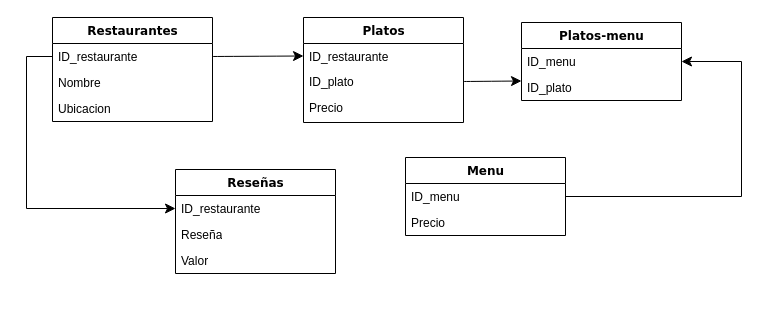
Above: Foodio.drawio in Mikemaranon/DrawIO-Diagrams (draw.io), before the change. Source tidied: cells renumbered, new cells numbered last; positions are measured from the earlier drawing's top-left corner, leaving out a move shared by most shapes. Both pictures are drawn from the tidied source at 100%, with x=0, y=0 at pixel (26, 17).
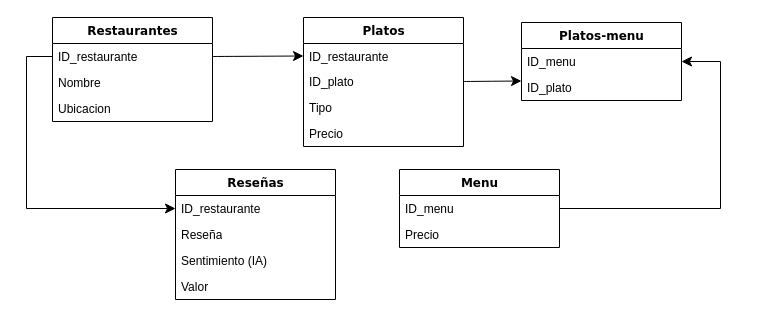
The same page after the edit.

Unchanged cells that the change refers to:
```xml
<mxCell id="16" value="ID_menu" style="text;html=1;strokeColor=none;fillColor=none;align=left;verticalAlign=top;spacingLeft=4;spacingRight=4;whiteSpace=wrap;overflow=hidden;points=[[0,0.5],[1,0.5]];portConstraint=eastwest;" parent="15" vertex="1">
  <mxGeometry y="26" width="160" height="26" as="geometry" />
</mxCell>
<mxCell id="19" value="ID_menu" style="text;html=1;strokeColor=none;fillColor=none;align=left;verticalAlign=top;spacingLeft=4;spacingRight=4;whiteSpace=wrap;overflow=hidden;points=[[0,0.5],[1,0.5]];portConstraint=eastwest;" parent="18" vertex="1">
  <mxGeometry y="26" width="160" height="26" as="geometry" />
</mxCell>
```

Change to the diagram source:
```diff
@@
     <mxCell id="6" value="Platos" style="swimlane;html=1;fontStyle=1;align=center;verticalAlign=top;horizontal=1;startSize=26;swimlaneFillColor=#ffffff;rounded=0;shadow=0;comic=0;labelBackgroundColor=none;strokeWidth=1;fillColor=none;fontFamily=Verdana;fontSize=12;" parent="1" vertex="1">
-      <mxGeometry x="277" width="160" height="105" as="geometry" />
+      <mxGeometry x="277" width="160" height="129" as="geometry" />
     </mxCell>
@@
+    <mxCell id="24" value="Tipo" style="text;html=1;strokeColor=none;fillColor=none;align=left;verticalAlign=top;spacingLeft=4;spacingRight=4;whiteSpace=wrap;overflow=hidden;" parent="6" vertex="1">
+      <mxGeometry y="77" width="160" height="26" as="geometry" />
+    </mxCell>
     <mxCell id="9" value="Precio" style="text;html=1;strokeColor=none;fillColor=none;align=left;verticalAlign=top;spacingLeft=4;spacingRight=4;whiteSpace=wrap;overflow=hidden;" parent="6" vertex="1">
-      <mxGeometry y="77" width="160" height="26" as="geometry" />
+      <mxGeometry y="103" width="160" height="26" as="geometry" />
     </mxCell>
     <mxCell id="10" value="Reseñas" style="swimlane;html=1;fontStyle=1;align=center;verticalAlign=top;horizontal=1;startSize=26;swimlaneFillColor=#ffffff;rounded=0;shadow=0;comic=0;labelBackgroundColor=none;strokeWidth=1;fillColor=none;fontFamily=Verdana;fontSize=12;" parent="1" vertex="1">
-      <mxGeometry x="149" y="152" width="160" height="104" as="geometry" />
+      <mxGeometry x="149" y="152" width="160" height="130" as="geometry" />
     </mxCell>
@@
+    <mxCell id="25" value="Sentimiento (IA)" style="text;html=1;strokeColor=none;fillColor=none;align=left;verticalAlign=top;spacingLeft=4;spacingRight=4;whiteSpace=wrap;overflow=hidden;" parent="10" vertex="1">
+      <mxGeometry y="78" width="160" height="26" as="geometry" />
+    </mxCell>
     <mxCell id="13" value="Valor" style="text;html=1;strokeColor=none;fillColor=none;align=left;verticalAlign=top;spacingLeft=4;spacingRight=4;whiteSpace=wrap;overflow=hidden;" parent="10" vertex="1">
-      <mxGeometry y="78" width="160" height="26" as="geometry" />
+      <mxGeometry y="104" width="160" height="26" as="geometry" />
     </mxCell>
@@
     <mxCell id="15" value="Menu" style="swimlane;html=1;fontStyle=1;align=center;verticalAlign=top;horizontal=1;startSize=26;swimlaneFillColor=#ffffff;rounded=0;shadow=0;comic=0;labelBackgroundColor=none;strokeWidth=1;fillColor=none;fontFamily=Verdana;fontSize=12;" parent="1" vertex="1">
-      <mxGeometry x="379" y="140" width="160" height="78" as="geometry" />
+      <mxGeometry x="373" y="152" width="160" height="78" as="geometry" />
     </mxCell>
@@
     <mxCell id="23" style="edgeStyle=segmentEdgeStyle;endArrow=classic;html=1;curved=0;rounded=0;endSize=8;startSize=8;sourcePerimeterSpacing=0;targetPerimeterSpacing=0;fontSize=12;exitX=1;exitY=0.5;exitDx=0;exitDy=0;entryX=1;entryY=0.5;entryDx=0;entryDy=0;" parent="1" edge="1" source="16" target="19">
       <mxGeometry relative="1" as="geometry">
         <Array as="points">
-          <mxPoint x="715" y="179" />
-          <mxPoint x="715" y="44" />
+          <mxPoint x="694" y="191" />
+          <mxPoint x="694" y="44" />
         </Array>
       </mxGeometry>
     </mxCell>
```
